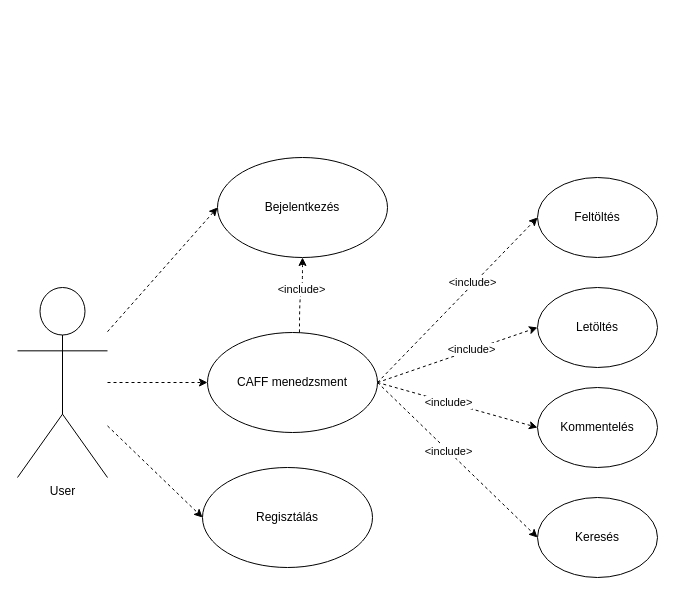
Earlier version of the draw.io diagram plans/UML_Drawio/UseCaseUser.drawio (zuper1998/SzamBiztHF). Source tidied: cells renumbered, new cells numbered last; positions are measured from the earlier drawing's top-left corner, leaving out a move shared by most shapes. Both pictures are drawn from the tidied source at 100%, with x=0, y=0 at pixel (17, 157).
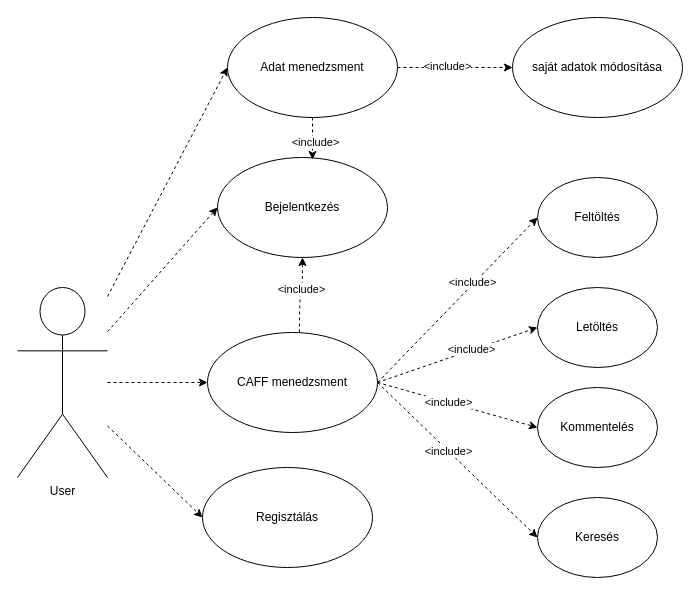
The same diagram, later.

The change refers to these unchanged cells:
```xml
<mxCell id="2" value="User" style="shape=umlActor;verticalLabelPosition=bottom;verticalAlign=top;html=1;outlineConnect=0;" parent="1" vertex="1">
  <mxGeometry y="130" width="90" height="190" as="geometry" />
</mxCell>
<mxCell id="4" value="Bejelentkezés" style="ellipse;whiteSpace=wrap;html=1;" parent="1" vertex="1">
  <mxGeometry x="200" width="170" height="100" as="geometry" />
</mxCell>
```

What changed in the source:
```diff
@@
+    <mxCell id="23" value="Adat menedzsment" style="ellipse;whiteSpace=wrap;html=1;" parent="1" vertex="1">
+      <mxGeometry x="210" y="-140" width="170" height="100" as="geometry" />
+    </mxCell>
+    <mxCell id="24" style="rounded=0;jettySize=auto;html=1;dashed=1;startArrow=none;startFill=0;entryX=0;entryY=0.5;entryDx=0;entryDy=0;" parent="1" edge="1" source="2" target="23">
+      <mxGeometry relative="1" as="geometry" />
+    </mxCell>
+    <mxCell id="25" value="saját adatok módosítása" style="ellipse;whiteSpace=wrap;html=1;" parent="1" vertex="1">
+      <mxGeometry x="495" y="-140" width="170" height="100" as="geometry" />
+    </mxCell>
+    <mxCell id="26" style="rounded=0;jettySize=auto;html=1;dashed=1;startArrow=none;startFill=0;entryX=0;entryY=0.5;entryDx=0;entryDy=0;exitX=1;exitY=0.5;exitDx=0;exitDy=0;" parent="1" edge="1" source="23" target="25">
+      <mxGeometry relative="1" as="geometry">
+        <Array as="points">
+          <mxPoint x="440" y="-90" />
+        </Array>
+      </mxGeometry>
+    </mxCell>
+    <mxCell id="27" value="&amp;lt;include&amp;gt;" style="edgeLabel;html=1;align=center;verticalAlign=middle;" parent="26" vertex="1">
+      <mxGeometry x="-0.15" y="2" relative="1" as="geometry" />
+    </mxCell>
+    <mxCell id="28" style="rounded=0;jettySize=auto;html=1;exitX=0.5;exitY=1;exitDx=0;exitDy=0;entryX=0.559;entryY=0.02;entryDx=0;entryDy=0;dashed=1;entryPerimeter=0;" parent="1" edge="1" source="23" target="4">
+      <mxGeometry relative="1" as="geometry" />
+    </mxCell>
+    <mxCell id="29" value="&amp;lt;include&amp;gt;" style="edgeLabel;html=1;align=center;verticalAlign=middle;" parent="28" vertex="1">
+      <mxGeometry x="0.2" y="2" relative="1" as="geometry" />
+    </mxCell>
```
